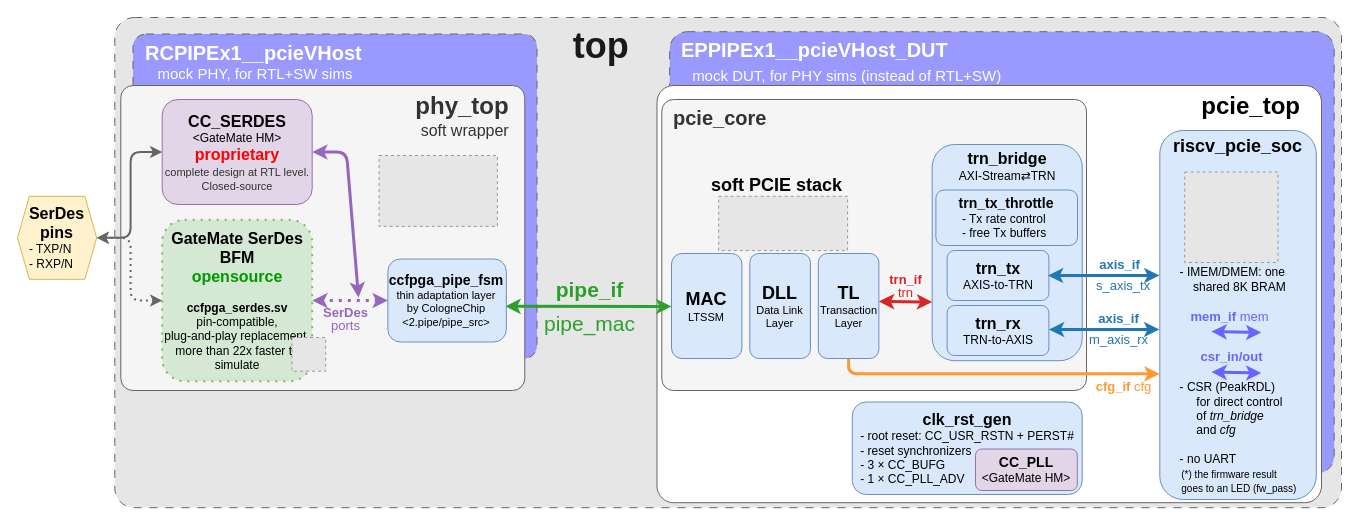
chili-chips-ba/openCologne-PCIE keeps this draw.io diagram as 0.doc/2.rtl/block-diagram.drawio. Above is the earlier version. Source tidied: cells renumbered, new cells numbered last; positions are measured from the earlier drawing's top-left corner, leaving out a move shared by most shapes. Both pictures are drawn from the tidied source at 100%, with x=0, y=0 at pixel (17, 17). Pictures stored in the file or linked from it are replaced by grey dashed boxes.
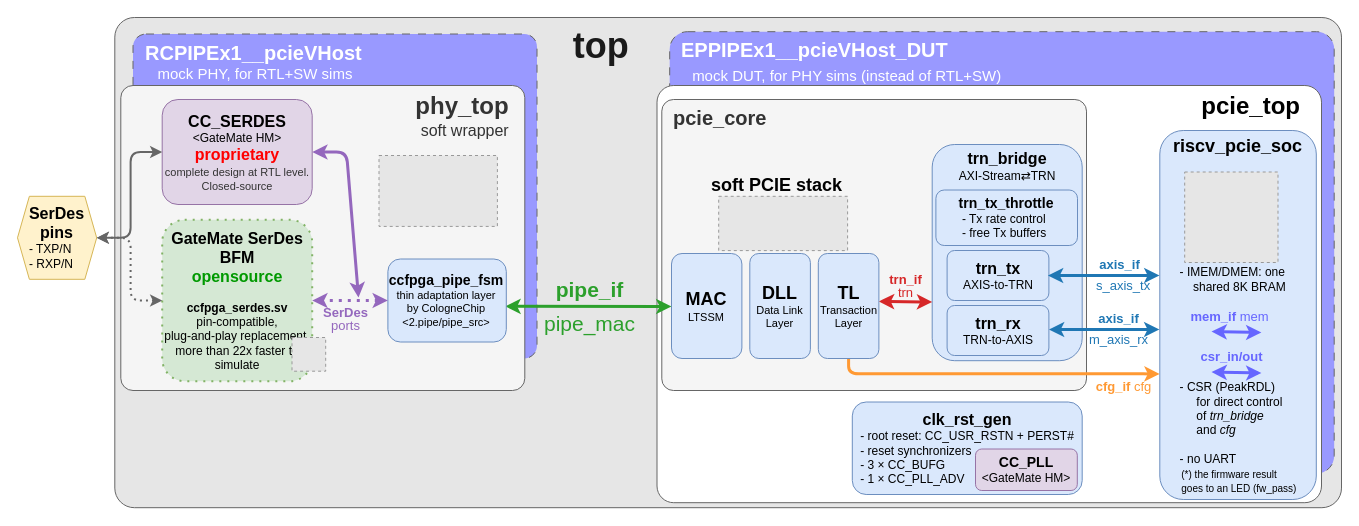
The same page after the edit.

What changed in the source:
```diff
@@
-    <mxCell id="2" value="&lt;font style=&quot;&quot;&gt;&lt;span style=&quot;color: rgb(26, 26, 26);&quot;&gt;&lt;span style=&quot;font-size: 24px;&quot;&gt;&amp;nbsp; &amp;nbsp; &amp;nbsp; &amp;nbsp; &amp;nbsp; &amp;nbsp; &amp;nbsp; &amp;nbsp; &amp;nbsp; &amp;nbsp; &amp;nbsp; &amp;nbsp; &amp;nbsp; &amp;nbsp; &amp;nbsp; &amp;nbsp; &amp;nbsp; &amp;nbsp; &amp;nbsp; &amp;nbsp; &amp;nbsp; &amp;nbsp; &amp;nbsp; &amp;nbsp; &amp;nbsp; &amp;nbsp; &amp;nbsp; &amp;nbsp; &amp;nbsp; &amp;nbsp; &amp;nbsp; &amp;nbsp;&amp;nbsp;&lt;/span&gt;&lt;/span&gt;&lt;/font&gt;&lt;span style=&quot;color: rgb(26, 26, 26); background-color: transparent; font-size: 24px;&quot;&gt;&amp;nbsp; &amp;nbsp;&lt;/span&gt;&lt;font style=&quot;color: rgb(26, 26, 26); background-color: transparent; font-size: 36px;&quot;&gt;top&lt;/font&gt;" style="rounded=1;arcSize=4;whiteSpace=wrap;html=1;fillColor=#E6E6E6;strokeColor=#666666;fontStyle=1;verticalAlign=top;align=left;spacingLeft=10;fontColor=#333333;dashed=1;dashPattern=8 8;" parent="1" vertex="1">
+    <mxCell id="2" value="&lt;font style=&quot;&quot;&gt;&lt;span style=&quot;color: rgb(26, 26, 26);&quot;&gt;&lt;span style=&quot;font-size: 24px;&quot;&gt;&amp;nbsp; &amp;nbsp; &amp;nbsp; &amp;nbsp; &amp;nbsp; &amp;nbsp; &amp;nbsp; &amp;nbsp; &amp;nbsp; &amp;nbsp; &amp;nbsp; &amp;nbsp; &amp;nbsp; &amp;nbsp; &amp;nbsp; &amp;nbsp; &amp;nbsp; &amp;nbsp; &amp;nbsp; &amp;nbsp; &amp;nbsp; &amp;nbsp; &amp;nbsp; &amp;nbsp; &amp;nbsp; &amp;nbsp; &amp;nbsp; &amp;nbsp; &amp;nbsp; &amp;nbsp; &amp;nbsp; &amp;nbsp;&amp;nbsp;&lt;/span&gt;&lt;/span&gt;&lt;/font&gt;&lt;span style=&quot;color: rgb(26, 26, 26); background-color: transparent; font-size: 24px;&quot;&gt;&amp;nbsp; &amp;nbsp;&lt;/span&gt;&lt;font style=&quot;color: rgb(26, 26, 26); background-color: transparent; font-size: 36px;&quot;&gt;top&lt;/font&gt;" style="rounded=1;arcSize=4;whiteSpace=wrap;html=1;fillColor=#E6E6E6;strokeColor=#666666;fontStyle=1;verticalAlign=top;align=left;spacingLeft=10;fontColor=#333333;" parent="1" vertex="1">
       <mxGeometry x="97.3" width="1226.7" height="490.2" as="geometry" />
     </mxCell>
```
